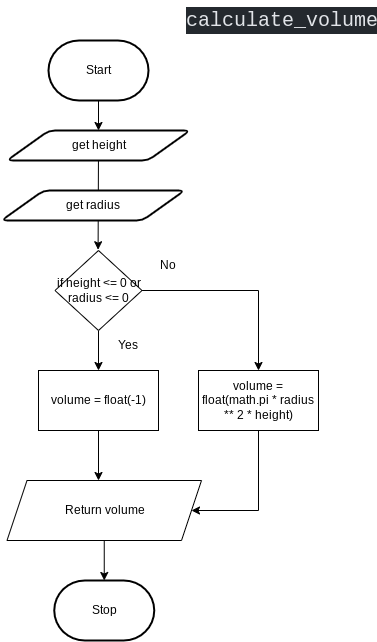
Before: flowchat.png, a diagram exported from draw.io (Kyanh-Pham/ICS3U-Unit5-04-Python). Source tidied: cells renumbered, new cells last; positions are measured from the earlier drawing's top-left corner, leaving out a move shared by most shapes.
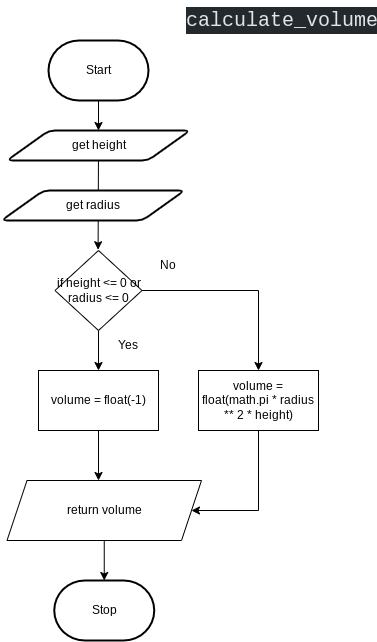
The same diagram one commit later.

What changed in the source:
```diff
@@ -39,7 +39,7 @@
     <mxCell id="11" style="edgeStyle=none;html=1;entryX=0.5;entryY=0;entryDx=0;entryDy=0;entryPerimeter=0;fontColor=#F0F0F0;" parent="1" edge="1" source="12" target="6">
       <mxGeometry relative="1" as="geometry" />
     </mxCell>
-    <mxCell id="12" value="Return volume" style="shape=parallelogram;perimeter=parallelogramPerimeter;whiteSpace=wrap;html=1;fixedSize=1;" parent="1" vertex="1">
+    <mxCell id="12" value="return volume" style="shape=parallelogram;perimeter=parallelogramPerimeter;whiteSpace=wrap;html=1;fixedSize=1;" parent="1" vertex="1">
       <mxGeometry x="5.5" y="480" width="194.5" height="60" as="geometry" />
     </mxCell>
     <mxCell id="13" style="edgeStyle=orthogonalEdgeStyle;rounded=0;html=1;" parent="1" edge="1" source="14" target="12">
```
